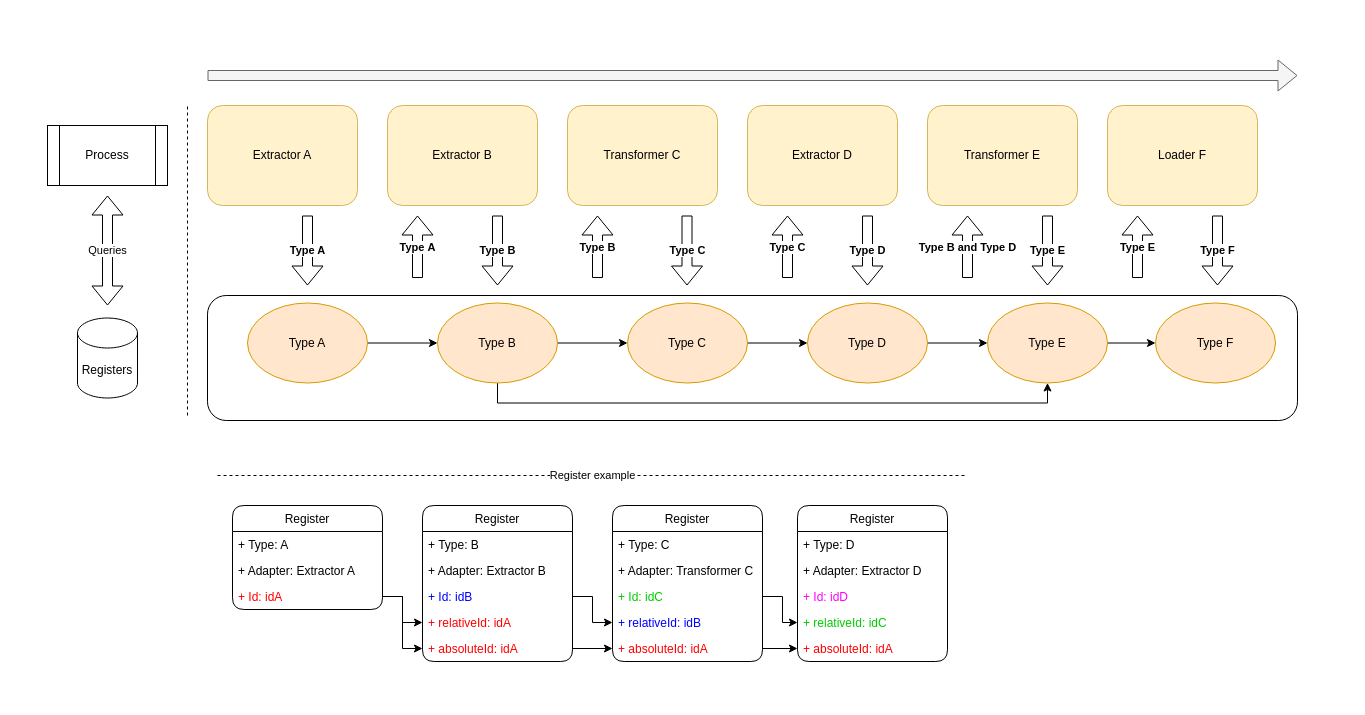
Earlier version of the draw.io diagram doc/DataLineage.drawio (AsierEHU/etl-node-fw). Source tidied: cells renumbered, new cells numbered last; positions are measured from the earlier drawing's top-left corner, leaving out a move shared by most shapes. Both pictures are drawn from the tidied source at 100%, with x=0, y=0 at pixel (47, 75).
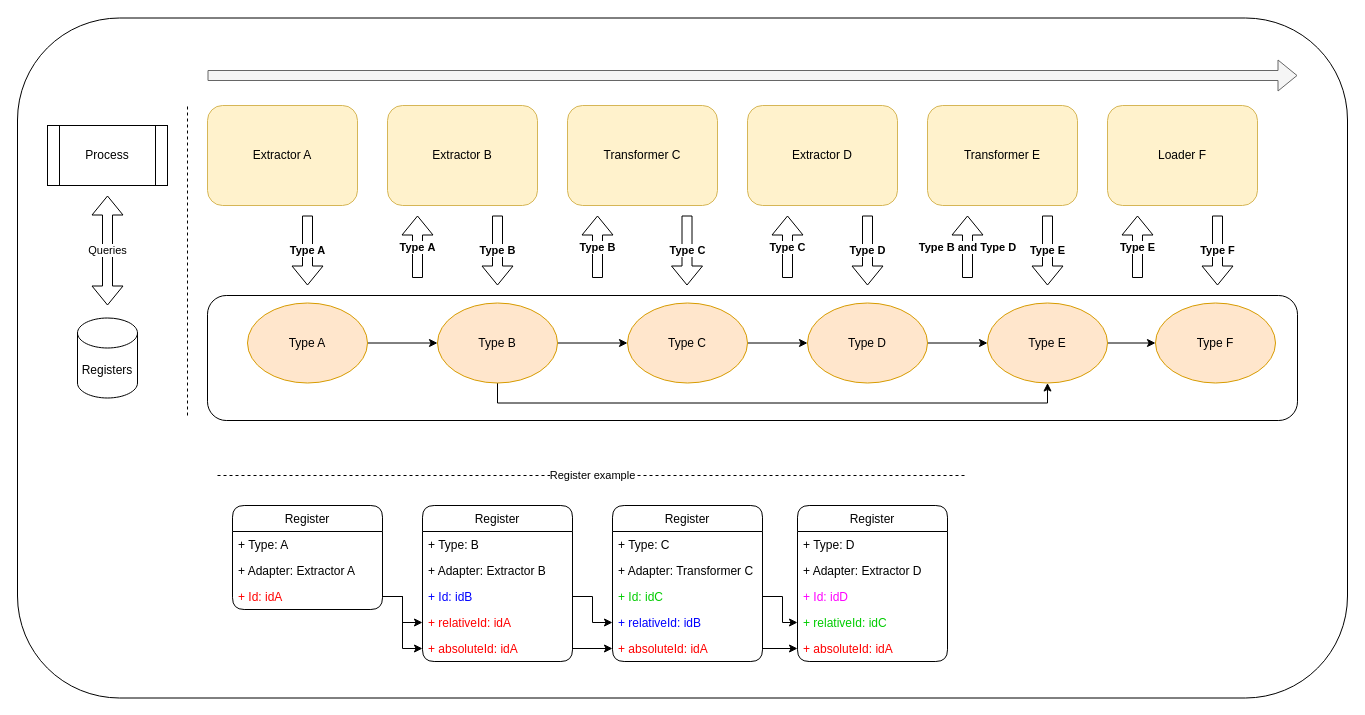
Above is the later version.

The edit, as a diff of the source:
```diff
@@
+    <mxCell id="66" style="rounded=1;whiteSpace=wrap;html=1;" parent="1" vertex="1">
+      <mxGeometry x="-30" y="-57.5" width="1330" height="680" as="geometry" />
+    </mxCell>
```
